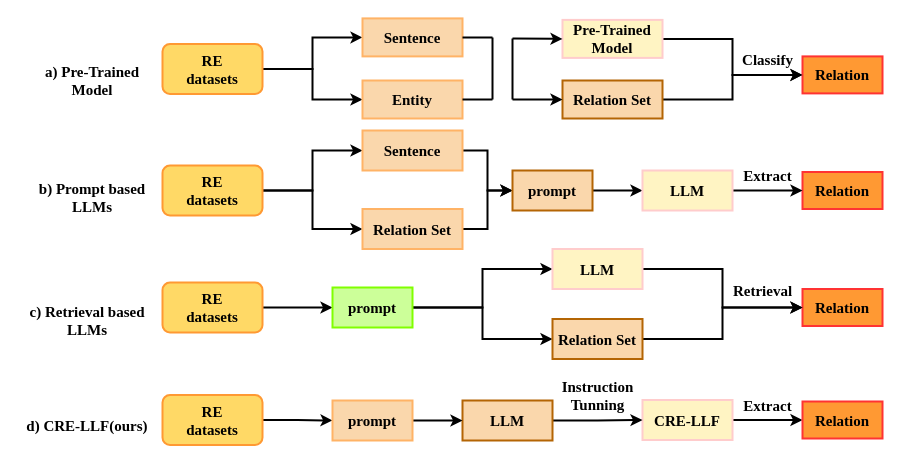
The draw.io diagram Figure1.drawio in SkyuForever/CRE-LLM, before the edit. Source tidied: cells renumbered, new cells numbered last; positions are measured from the earlier drawing's top-left corner, leaving out a move shared by most shapes. Both pictures are drawn from the tidied source at 100%, with x=0, y=0 at pixel (22, 18).
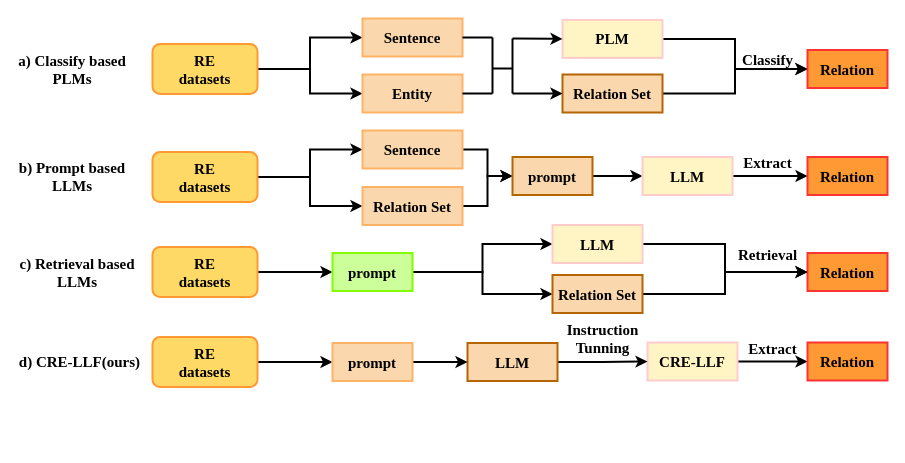
The same page after the edit.

What changed in the source:
```diff
@@
     <mxCell id="3" value="&lt;font style=&quot;font-size: 15px;&quot;&gt;RE&lt;br style=&quot;font-size: 15px;&quot;&gt;datasets&lt;/font&gt;" style="rounded=1;whiteSpace=wrap;html=1;fillColor=#FFD966;gradientColor=none;strokeWidth=2;fontFamily=Times New Roman;fontStyle=1;fontSize=15;strokeColor=#FF9933;" parent="1" vertex="1">
-      <mxGeometry x="140" y="376.5" width="100" height="50" as="geometry" />
+      <mxGeometry x="130" y="318.5" width="105" height="50" as="geometry" />
     </mxCell>
     <mxCell id="4" value="&lt;font style=&quot;font-size: 15px;&quot;&gt;Instruction &lt;br style=&quot;font-size: 15px;&quot;&gt;Tunning&lt;/font&gt;" style="text;html=1;align=center;verticalAlign=middle;strokeColor=none;fillColor=none;strokeWidth=2;fontFamily=Times New Roman;fontStyle=1;fontSize=15;" parent="1" vertex="1">
-      <mxGeometry x="525" y="352" width="100" height="50" as="geometry" />
+      <mxGeometry x="530" y="294.5" width="100" height="50" as="geometry" />
     </mxCell>
@@
     <mxCell id="6" value="&lt;font style=&quot;font-size: 15px;&quot;&gt;CRE-LLF&lt;/font&gt;" style="rounded=0;whiteSpace=wrap;html=1;fillColor=#FFF4C3;strokeWidth=2;fontFamily=Times New Roman;fontStyle=1;fontSize=15;strokeColor=#FFCCCC;" parent="1" vertex="1">
-      <mxGeometry x="620" y="381.5" width="90" height="40" as="geometry" />
+      <mxGeometry x="625" y="324" width="90" height="38" as="geometry" />
     </mxCell>
     <mxCell id="7" value="d) CRE-LLF(ours)" style="text;html=1;strokeColor=none;fillColor=none;align=center;verticalAlign=middle;whiteSpace=wrap;rounded=0;strokeWidth=2;fontFamily=Times New Roman;fontStyle=1;fontSize=15;" parent="1" vertex="1">
-      <mxGeometry y="391.5" width="130" height="30" as="geometry" />
+      <mxGeometry x="-5" y="328" width="125" height="30" as="geometry" />
     </mxCell>
-    <mxCell id="8" value="a) Pre-Trained Model" style="text;html=1;strokeColor=none;fillColor=none;align=center;verticalAlign=middle;whiteSpace=wrap;rounded=0;strokeWidth=2;fontFamily=Times New Roman;fontStyle=1;fontSize=15;" parent="1" vertex="1">
-      <mxGeometry x="20" y="47" width="100" height="30" as="geometry" />
+    <mxCell id="8" value="a) Classify based PLMs" style="text;html=1;strokeColor=none;fillColor=none;align=center;verticalAlign=middle;whiteSpace=wrap;rounded=0;strokeWidth=2;fontFamily=Times New Roman;fontStyle=1;fontSize=15;" parent="1" vertex="1">
+      <mxGeometry x="-5" y="35.5" width="110" height="30" as="geometry" />
     </mxCell>
@@
     <mxCell id="11" value="&lt;font style=&quot;font-size: 15px;&quot;&gt;RE&lt;br style=&quot;font-size: 15px;&quot;&gt;datasets&lt;/font&gt;" style="rounded=1;whiteSpace=wrap;html=1;fillColor=#FFD966;gradientColor=none;strokeWidth=2;fontFamily=Times New Roman;fontStyle=1;fontSize=15;strokeColor=#FF9933;" parent="1" vertex="1">
-      <mxGeometry x="140" y="25.5" width="100" height="50" as="geometry" />
+      <mxGeometry x="130" y="25.5" width="105" height="50" as="geometry" />
     </mxCell>
     <mxCell id="12" value="Sentence" style="rounded=0;whiteSpace=wrap;html=1;fillColor=#FAD7AC;strokeColor=#FFB366;strokeWidth=2;fontFamily=Times New Roman;fontStyle=1;fontSize=15;" parent="1" vertex="1">
-      <mxGeometry x="340" y="-0.1" width="100" height="38" as="geometry" />
+      <mxGeometry x="340" width="100" height="38" as="geometry" />
     </mxCell>
     <mxCell id="13" value="Entity" style="rounded=0;whiteSpace=wrap;html=1;fillColor=#FAD7AC;strokeWidth=2;fontFamily=Times New Roman;fontStyle=1;fontSize=15;strokeColor=#FFB366;" parent="1" vertex="1">
-      <mxGeometry x="340" y="62" width="100" height="38" as="geometry" />
+      <mxGeometry x="340" y="56" width="100" height="38" as="geometry" />
     </mxCell>
@@
-    <mxCell id="15" value="&lt;span style=&quot;font-size: 15px;&quot;&gt;Pre-Trained&lt;br&gt;Model&lt;br&gt;&lt;/span&gt;" style="rounded=0;whiteSpace=wrap;html=1;fillColor=#FFF4C3;strokeWidth=2;fontFamily=Times New Roman;fontStyle=1;fontSize=15;strokeColor=#FFCCCC;" parent="1" vertex="1">
+    <mxCell id="15" value="&lt;span style=&quot;font-size: 15px;&quot;&gt;PLM&lt;br&gt;&lt;/span&gt;" style="rounded=0;whiteSpace=wrap;html=1;fillColor=#FFF4C3;strokeWidth=2;fontFamily=Times New Roman;fontStyle=1;fontSize=15;strokeColor=#FFCCCC;" parent="1" vertex="1">
       <mxGeometry x="540" y="1.4" width="100" height="38" as="geometry" />
     </mxCell>
     <mxCell id="16" value="&lt;font style=&quot;font-size: 15px;&quot;&gt;Relation&lt;/font&gt;" style="whiteSpace=wrap;html=1;rounded=0;fillColor=#FF9933;strokeWidth=2;fontFamily=Times New Roman;fontStyle=1;fontSize=15;strokeColor=#FF3333;" parent="1" vertex="1">
-      <mxGeometry x="780" y="37.9" width="80" height="37" as="geometry" />
+      <mxGeometry x="785" y="31.5" width="80" height="38" as="geometry" />
     </mxCell>
@@
     <mxCell id="18" value="Relation" style="whiteSpace=wrap;html=1;fillColor=#FF9933;rounded=0;strokeWidth=2;fontFamily=Times New Roman;fontStyle=1;fontSize=15;strokeColor=#FF3333;" parent="1" vertex="1">
-      <mxGeometry x="780" y="383" width="80" height="37" as="geometry" />
+      <mxGeometry x="785" y="324" width="80" height="38" as="geometry" />
     </mxCell>
@@
     <mxCell id="21" value="&lt;font style=&quot;font-size: 15px;&quot;&gt;RE&lt;br style=&quot;font-size: 15px;&quot;&gt;datasets&lt;/font&gt;" style="rounded=1;whiteSpace=wrap;html=1;fillColor=#FFD966;gradientColor=none;strokeWidth=2;fontFamily=Times New Roman;fontStyle=1;fontSize=15;strokeColor=#FF9933;" parent="1" vertex="1">
-      <mxGeometry x="140" y="147" width="100" height="50" as="geometry" />
+      <mxGeometry x="130" y="133.5" width="105" height="50" as="geometry" />
     </mxCell>
@@
     <mxCell id="23" value="Sentence" style="rounded=0;whiteSpace=wrap;html=1;fillColor=#FAD7AC;strokeColor=#FFB366;strokeWidth=2;fontFamily=Times New Roman;fontStyle=1;fontSize=15;" parent="1" vertex="1">
-      <mxGeometry x="340" y="112" width="100" height="40" as="geometry" />
+      <mxGeometry x="340" y="112" width="100" height="38" as="geometry" />
     </mxCell>
@@
     <mxCell id="25" value="Relation Set" style="rounded=0;whiteSpace=wrap;html=1;fillColor=#FAD7AC;strokeWidth=2;fontFamily=Times New Roman;fontStyle=1;fontSize=15;strokeColor=#FFB366;" parent="1" vertex="1">
-      <mxGeometry x="340" y="190.5" width="100" height="40" as="geometry" />
+      <mxGeometry x="340" y="168.5" width="100" height="38" as="geometry" />
     </mxCell>
     <mxCell id="26" value="&lt;font style=&quot;font-size: 15px;&quot;&gt;Relation&lt;/font&gt;" style="whiteSpace=wrap;html=1;rounded=0;fillColor=#FF9933;strokeWidth=2;fontFamily=Times New Roman;fontStyle=1;fontSize=15;strokeColor=#FF3333;" parent="1" vertex="1">
-      <mxGeometry x="780" y="153.5" width="80" height="37" as="geometry" />
+      <mxGeometry x="785" y="138.5" width="80" height="38" as="geometry" />
     </mxCell>
@@
     <mxCell id="28" value="prompt" style="rounded=0;whiteSpace=wrap;html=1;fillColor=#FAD7AC;strokeWidth=2;fontFamily=Times New Roman;fontStyle=1;fontSize=15;strokeColor=#B46504;" parent="1" vertex="1">
-      <mxGeometry x="490" y="152" width="80" height="40" as="geometry" />
+      <mxGeometry x="490" y="138.5" width="80" height="38" as="geometry" />
     </mxCell>
@@
     <mxCell id="30" value="&lt;font style=&quot;font-size: 15px;&quot;&gt;LLM&lt;/font&gt;" style="rounded=0;whiteSpace=wrap;html=1;fillColor=#fad7ac;strokeColor=#b46504;strokeWidth=2;fontFamily=Times New Roman;fontStyle=1;fontSize=15;" parent="1" vertex="1">
-      <mxGeometry x="440" y="382" width="90" height="40" as="geometry" />
+      <mxGeometry x="445" y="324.5" width="90" height="38" as="geometry" />
     </mxCell>
@@
     <mxCell id="32" value="prompt" style="rounded=0;whiteSpace=wrap;html=1;fillColor=#FAD7AC;strokeWidth=2;fontFamily=Times New Roman;fontStyle=1;fontSize=15;strokeColor=#FFB366;" parent="1" vertex="1">
-      <mxGeometry x="310" y="382" width="80" height="40" as="geometry" />
+      <mxGeometry x="310" y="324.5" width="80" height="38" as="geometry" />
     </mxCell>
     <mxCell id="33" value="b) Prompt based LLMs" style="text;html=1;strokeColor=none;fillColor=none;align=center;verticalAlign=middle;whiteSpace=wrap;rounded=0;strokeWidth=2;fontFamily=Times New Roman;fontStyle=1;fontSize=15;" parent="1" vertex="1">
-      <mxGeometry x="15" y="163.5" width="110" height="30" as="geometry" />
+      <mxGeometry x="-5" y="142.5" width="110" height="30" as="geometry" />
     </mxCell>
     <mxCell id="34" value="Extract" style="text;html=1;align=center;verticalAlign=middle;strokeColor=none;fillColor=none;strokeWidth=2;fontFamily=Times New Roman;fontStyle=1;fontSize=15;" parent="1" vertex="1">
-      <mxGeometry x="710" y="142" width="70" height="30" as="geometry" />
+      <mxGeometry x="710" y="128.5" width="70" height="30" as="geometry" />
     </mxCell>
@@
     <mxCell id="36" value="&lt;font style=&quot;font-size: 15px;&quot;&gt;RE&lt;br style=&quot;font-size: 15px;&quot;&gt;datasets&lt;/font&gt;" style="rounded=1;whiteSpace=wrap;html=1;fillColor=#FFD966;gradientColor=none;strokeWidth=2;fontFamily=Times New Roman;fontStyle=1;fontSize=15;strokeColor=#FF9933;" parent="1" vertex="1">
-      <mxGeometry x="140" y="264" width="100" height="50" as="geometry" />
+      <mxGeometry x="130" y="228.5" width="105" height="50" as="geometry" />
     </mxCell>
     <mxCell id="37" value="Relation" style="whiteSpace=wrap;html=1;rounded=0;fillColor=#FF9933;strokeWidth=2;fontFamily=Times New Roman;fontStyle=1;fontSize=15;strokeColor=#FF3333;" parent="1" vertex="1">
-      <mxGeometry x="780" y="270.5" width="80" height="37" as="geometry" />
+      <mxGeometry x="785" y="234.5" width="80" height="38" as="geometry" />
     </mxCell>
@@
     <mxCell id="40" value="prompt" style="rounded=0;whiteSpace=wrap;html=1;fillColor=#CCFF99;strokeWidth=2;fontFamily=Times New Roman;fontStyle=1;fontSize=15;strokeColor=#80FF00;" parent="1" vertex="1">
-      <mxGeometry x="310" y="269" width="80" height="40" as="geometry" />
+      <mxGeometry x="310" y="234.5" width="80" height="38" as="geometry" />
     </mxCell>
     <mxCell id="41" value="c) Retrieval based LLMs" style="text;html=1;strokeColor=none;fillColor=none;align=center;verticalAlign=middle;whiteSpace=wrap;rounded=0;strokeWidth=2;fontFamily=Times New Roman;fontStyle=1;fontSize=15;" parent="1" vertex="1">
-      <mxGeometry x="5" y="286.8" width="120" height="30" as="geometry" />
+      <mxGeometry x="-5" y="238.5" width="120" height="30" as="geometry" />
     </mxCell>
     <mxCell id="42" value="Retrieval" style="text;html=1;align=center;verticalAlign=middle;strokeColor=none;fillColor=none;strokeWidth=2;fontFamily=Times New Roman;fontStyle=1;fontSize=15;" parent="1" vertex="1">
-      <mxGeometry x="700" y="256.8" width="80" height="30" as="geometry" />
+      <mxGeometry x="705" y="221.2" width="80" height="30" as="geometry" />
     </mxCell>
@@
     <mxCell id="44" value="&lt;font style=&quot;font-size: 15px;&quot;&gt;LLM&lt;/font&gt;" style="rounded=0;whiteSpace=wrap;html=1;fillColor=#FFF4C3;strokeWidth=2;fontFamily=Times New Roman;fontStyle=1;fontSize=15;strokeColor=#FFCCCC;" parent="1" vertex="1">
-      <mxGeometry x="530" y="230.5" width="90" height="40" as="geometry" />
+      <mxGeometry x="530" y="206.5" width="90" height="38" as="geometry" />
     </mxCell>
     <mxCell id="45" value="Extract" style="text;html=1;align=center;verticalAlign=middle;strokeColor=none;fillColor=none;strokeWidth=2;fontFamily=Times New Roman;fontStyle=1;fontSize=15;" parent="1" vertex="1">
-      <mxGeometry x="710" y="372" width="70" height="30" as="geometry" />
+      <mxGeometry x="715" y="314.5" width="70" height="30" as="geometry" />
     </mxCell>
@@
     <mxCell id="47" value="Relation Set" style="rounded=0;whiteSpace=wrap;html=1;fillColor=#FAD7AC;strokeWidth=2;fontFamily=Times New Roman;fontStyle=1;fontSize=15;strokeColor=#B46504;" parent="1" vertex="1">
-      <mxGeometry x="540" y="62" width="100" height="38" as="geometry" />
+      <mxGeometry x="540" y="56" width="100" height="38" as="geometry" />
     </mxCell>
@@
     <mxCell id="49" value="Relation Set" style="rounded=0;whiteSpace=wrap;html=1;fillColor=#FAD7AC;strokeWidth=2;fontFamily=Times New Roman;fontStyle=1;fontSize=15;strokeColor=#B46504;" parent="1" vertex="1">
-      <mxGeometry x="530" y="300.5" width="90" height="40" as="geometry" />
+      <mxGeometry x="530" y="256.5" width="90" height="38" as="geometry" />
     </mxCell>
     <mxCell id="50" style="endArrow=none;html=1;rounded=0;fontFamily=Times New Roman;fontStyle=1;fontSize=15;strokeWidth=2;" parent="1" edge="1">
       <mxGeometry relative="1" as="geometry">
-        <mxPoint x="470" y="81" as="sourcePoint" />
+        <mxPoint x="470" y="75" as="sourcePoint" />
         <mxPoint x="470" y="19" as="targetPoint" />
       </mxGeometry>
     </mxCell>
@@
     <mxCell id="52" style="endArrow=classic;html=1;rounded=0;entryX=0;entryY=0.5;entryDx=0;entryDy=0;fontFamily=Times New Roman;fontStyle=1;fontSize=15;strokeWidth=2;" parent="1" edge="1" target="47">
       <mxGeometry relative="1" as="geometry">
-        <mxPoint x="490" y="81" as="sourcePoint" />
+        <mxPoint x="490" y="75" as="sourcePoint" />
       </mxGeometry>
     </mxCell>
@@
     <mxCell id="54" style="endArrow=none;html=1;rounded=0;exitX=1;exitY=0.5;exitDx=0;exitDy=0;strokeWidth=2;" parent="1" edge="1" source="13">
       <mxGeometry relative="1" as="geometry">
-        <mxPoint x="470" y="81" as="targetPoint" />
+        <mxPoint x="470" y="75" as="targetPoint" />
       </mxGeometry>
     </mxCell>
     <mxCell id="55" style="endArrow=none;html=1;rounded=0;fontFamily=Times New Roman;fontStyle=1;fontSize=15;strokeWidth=2;" parent="1" edge="1">
       <mxGeometry relative="1" as="geometry">
-        <mxPoint x="490" y="81" as="sourcePoint" />
+        <mxPoint x="490" y="75" as="sourcePoint" />
         <mxPoint x="490" y="20" as="targetPoint" />
       </mxGeometry>
     </mxCell>
@@
     <mxCell id="57" value="&lt;font style=&quot;font-size: 15px;&quot;&gt;LLM&lt;/font&gt;" style="rounded=0;whiteSpace=wrap;html=1;fillColor=#FFF4C3;strokeWidth=2;fontFamily=Times New Roman;fontStyle=1;fontSize=15;strokeColor=#FFCCCC;" parent="1" vertex="1">
-      <mxGeometry x="620" y="152" width="90" height="40" as="geometry" />
+      <mxGeometry x="620" y="138.5" width="90" height="38" as="geometry" />
     </mxCell>
+    <mxCell id="58" style="endArrow=none;html=1;rounded=0;strokeWidth=2;" parent="1" edge="1">
+      <mxGeometry relative="1" as="geometry">
+        <mxPoint x="470" y="50" as="sourcePoint" />
+        <mxPoint x="490" y="50" as="targetPoint" />
+      </mxGeometry>
+    </mxCell>
```
